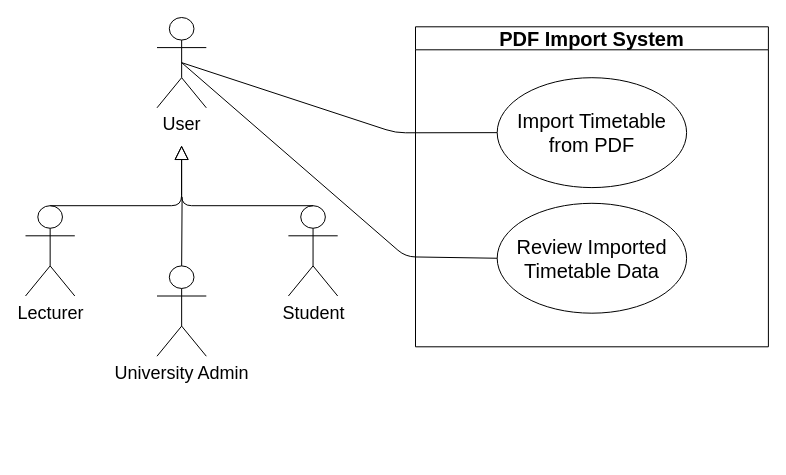
The draw.io diagram page "PDF_System" (5 of 16) of docs/diagrams/requirements/Requirements.drawio in COS301-SE-2026/UMTAS, before the edit. Source tidied: cells renumbered, new cells numbered last; positions are measured from the earlier drawing's top-left corner, leaving out a move shared by most shapes. Both pictures are drawn from the tidied source at 100%, with x=0, y=0 at pixel (25, 17).
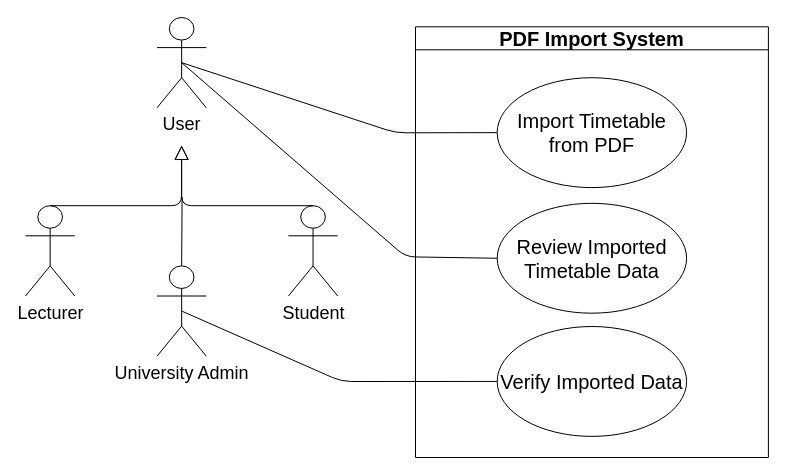
Above is the later version.

The change refers to these unchanged cells:
```xml
<mxCell id="6" value="&lt;font style=&quot;font-size: 18px;&quot;&gt;University Admin&lt;/font&gt;" style="shape=umlActor;verticalLabelPosition=bottom;verticalAlign=top;html=1;outlineConnect=0;" parent="2" vertex="1">
  <mxGeometry x="131.5" y="248.4" width="49.3" height="90.3" as="geometry" />
</mxCell>
```

The edit, as a diff of the source:
```diff
@@
     <mxCell id="2" style="group;" parent="1" vertex="1">
-      <mxGeometry width="742.9" height="338.7" as="geometry" />
+      <mxGeometry width="742.9" height="440" as="geometry" />
     </mxCell>
@@
     <mxCell id="11" value="&lt;font style=&quot;font-size: 20px;&quot;&gt;PDF Import System&lt;/font&gt;" style="swimlane;whiteSpace=wrap;html=1;" parent="2" vertex="1">
-      <mxGeometry x="390" y="9.3" width="352.9" height="320" as="geometry" />
+      <mxGeometry x="390" y="9.3" width="352.9" height="430.7" as="geometry" />
     </mxCell>
+    <mxCell id="15" value="&lt;font style=&quot;font-size: 20px;&quot;&gt;Verify Imported Data&lt;/font&gt;" style="ellipse;whiteSpace=wrap;html=1;" parent="11" vertex="1">
+      <mxGeometry x="81.7" y="299.7" width="189.4" height="109.9" as="geometry" />
+    </mxCell>
@@
+    <mxCell id="16" style="endArrow=none;html=1;exitX=0.5;exitY=0.5;exitDx=0;exitDy=0;exitPerimeter=0;entryX=0;entryY=0.5;entryDx=0;entryDy=0;" parent="2" edge="1" source="6" target="15">
+      <mxGeometry relative="1" as="geometry">
+        <Array as="points">
+          <mxPoint x="316" y="364" />
+        </Array>
+      </mxGeometry>
+    </mxCell>
```
